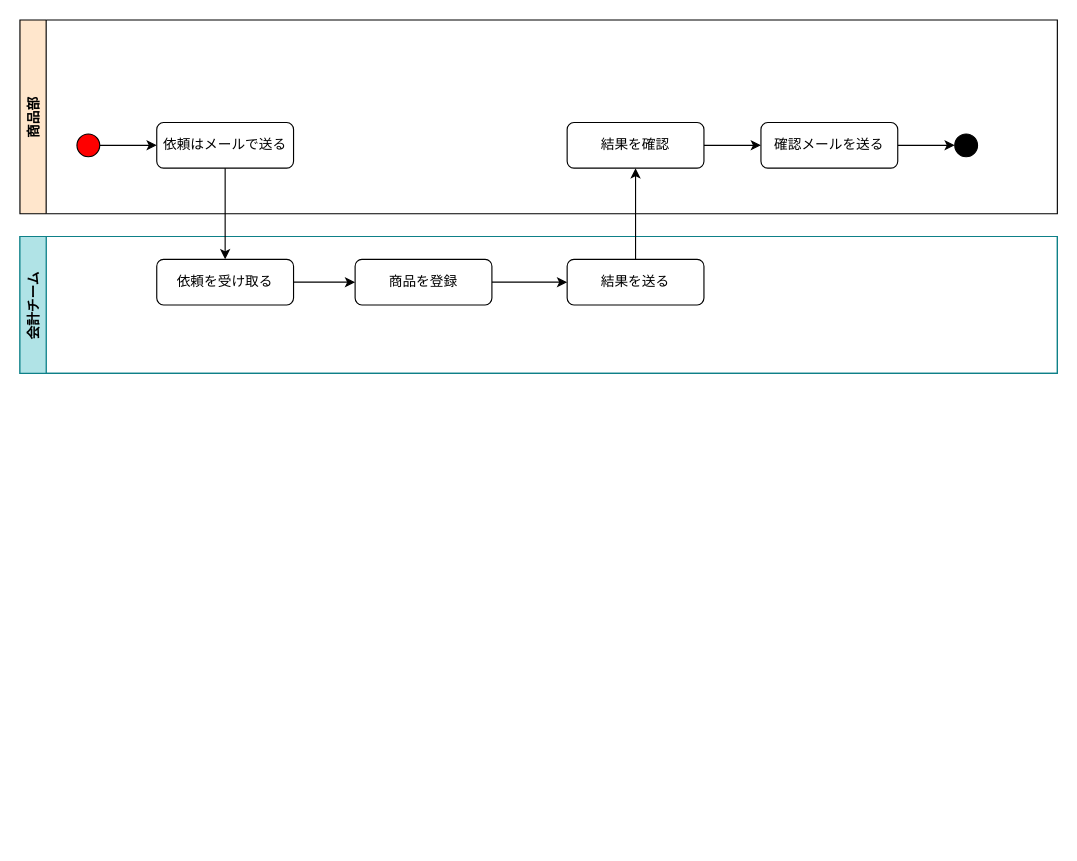
This is page "Page-2" (2 of 2) of 現在の流れ.drawio from thanhnt0804/hello, a draw.io file, before an edit. Source tidied: cells renumbered, new cells numbered last; positions are measured from the earlier drawing's top-left corner, leaving out a move shared by most shapes. Both pictures are drawn from the tidied source at 114%, with x=0, y=0 at pixel (19, 19).
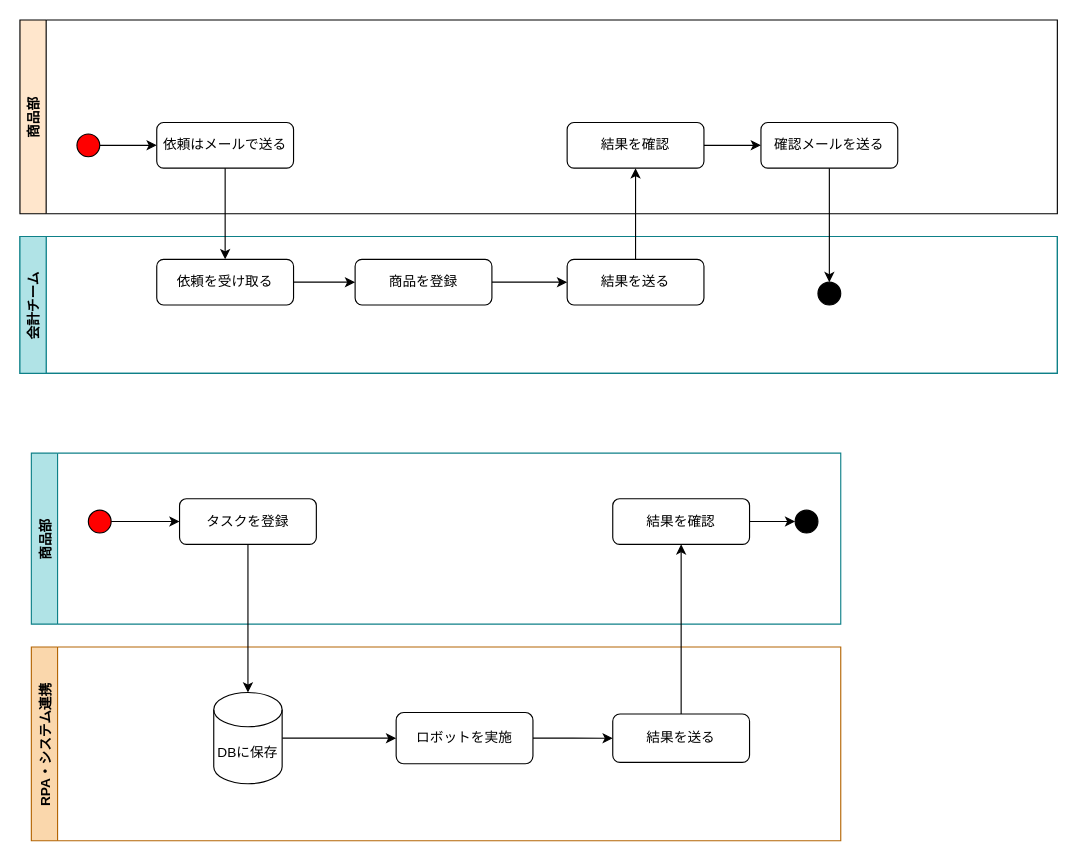
Above is the later version.

Commit message:
Update 現在の流れ.drawio

The change refers to these unchanged cells:
```xml
<mxCell id="2" value="商品部" style="swimlane;horizontal=0;strokeColor=#000000;fillColor=#FFE6CC;" parent="1" vertex="1">
  <mxGeometry width="910" height="170" as="geometry" />
</mxCell>
<mxCell id="9" value="確認メールを送る" style="rounded=1;whiteSpace=wrap;html=1;strokeColor=#000000;fillColor=#FFFFFF;" parent="2" vertex="1">
  <mxGeometry x="650" y="90" width="120" height="40" as="geometry" />
</mxCell>
<mxCell id="12" value="会計チーム" style="swimlane;horizontal=0;strokeColor=#0e8088;fillColor=#b0e3e6;" parent="11" vertex="1">
  <mxGeometry width="910" height="120" as="geometry" />
</mxCell>
```

What changed in the source:
```diff
@@
-    <mxCell id="8" style="edgeStyle=orthogonalEdgeStyle;rounded=0;jettySize=auto;html=1;" parent="2" edge="1" source="9" target="10">
-      <mxGeometry relative="1" as="geometry" />
-    </mxCell>
@@
-    <mxCell id="10" style="ellipse;whiteSpace=wrap;html=1;strokeColor=#000000;fillColor=#000000;" parent="2" vertex="1">
-      <mxGeometry x="820" y="100" width="20" height="20" as="geometry" />
-    </mxCell>
@@
+    <mxCell id="10" style="ellipse;whiteSpace=wrap;html=1;strokeColor=#000000;fillColor=#000000;" parent="12" vertex="1">
+      <mxGeometry x="700" y="40" width="20" height="20" as="geometry" />
+    </mxCell>
@@
+    <mxCell id="20" value="商品部" style="swimlane;horizontal=0;strokeColor=#0e8088;fillColor=#b0e3e6;" parent="1" vertex="1">
+      <mxGeometry x="10" y="380" width="710" height="150" as="geometry" />
+    </mxCell>
+    <mxCell id="21" style="edgeStyle=orthogonalEdgeStyle;rounded=0;jettySize=auto;html=1;" parent="20" edge="1" source="22" target="23">
+      <mxGeometry relative="1" as="geometry" />
+    </mxCell>
+    <mxCell id="22" style="ellipse;whiteSpace=wrap;html=1;strokeColor=#000000;fillColor=#FF0000;" parent="20" vertex="1">
+      <mxGeometry x="50" y="50" width="20" height="20" as="geometry" />
+    </mxCell>
+    <mxCell id="23" value="タスクを登録" style="rounded=1;whiteSpace=wrap;html=1;strokeColor=#000000;fillColor=#FFFFFF;" parent="20" vertex="1">
+      <mxGeometry x="130" y="40" width="120" height="40" as="geometry" />
+    </mxCell>
+    <mxCell id="24" style="edgeStyle=orthogonalEdgeStyle;rounded=0;jettySize=auto;html=1;" parent="20" edge="1" source="25" target="26">
+      <mxGeometry relative="1" as="geometry" />
+    </mxCell>
+    <mxCell id="25" value="結果を確認" style="rounded=1;whiteSpace=wrap;html=1;strokeColor=#000000;fillColor=#FFFFFF;" parent="20" vertex="1">
+      <mxGeometry x="510" y="40" width="120" height="40" as="geometry" />
+    </mxCell>
+    <mxCell id="26" style="ellipse;whiteSpace=wrap;html=1;strokeColor=#000000;fillColor=#000000;" parent="20" vertex="1">
+      <mxGeometry x="670" y="50" width="20" height="20" as="geometry" />
+    </mxCell>
+    <mxCell id="27" value="RPA・システム連携" style="swimlane;horizontal=0;strokeColor=#b46504;fillColor=#fad7ac;" parent="1" vertex="1">
+      <mxGeometry x="10" y="550" width="710" height="170" as="geometry" />
+    </mxCell>
+    <mxCell id="28" style="edgeStyle=orthogonalEdgeStyle;rounded=0;jettySize=auto;html=1;" parent="27" edge="1" source="29" target="31">
+      <mxGeometry relative="1" as="geometry" />
+    </mxCell>
+    <mxCell id="29" value="DBに保存" style="shape=cylinder3;whiteSpace=wrap;html=1;boundedLbl=1;backgroundOutline=1;size=15;strokeColor=#000000;fillColor=#FFFFFF;" parent="27" vertex="1">
+      <mxGeometry x="160" y="40" width="60" height="80" as="geometry" />
+    </mxCell>
+    <mxCell id="30" style="edgeStyle=orthogonalEdgeStyle;rounded=0;jettySize=auto;html=1;" parent="27" edge="1" source="31" target="32">
+      <mxGeometry relative="1" as="geometry" />
+    </mxCell>
+    <mxCell id="31" value="ロボットを実施" style="rounded=1;whiteSpace=wrap;html=1;strokeColor=#000000;fillColor=#FFFFFF;" parent="27" vertex="1">
+      <mxGeometry x="320" y="57.5" width="120" height="45" as="geometry" />
+    </mxCell>
+    <mxCell id="32" value="結果を送る" style="rounded=1;whiteSpace=wrap;html=1;strokeColor=#000000;fillColor=#FFFFFF;" parent="27" vertex="1">
+      <mxGeometry x="510" y="58.8" width="120" height="42.5" as="geometry" />
+    </mxCell>
+    <mxCell id="33" style="edgeStyle=orthogonalEdgeStyle;rounded=0;jettySize=auto;html=1;" parent="1" edge="1" source="23" target="29">
+      <mxGeometry relative="1" as="geometry" />
+    </mxCell>
+    <mxCell id="34" style="edgeStyle=orthogonalEdgeStyle;rounded=0;jettySize=auto;html=1;" parent="1" edge="1" source="32" target="25">
+      <mxGeometry relative="1" as="geometry" />
+    </mxCell>
+    <mxCell id="8" style="edgeStyle=orthogonalEdgeStyle;rounded=0;jettySize=auto;html=1;" parent="1" edge="1" source="9" target="10">
+      <mxGeometry relative="1" as="geometry" />
+    </mxCell>
```
